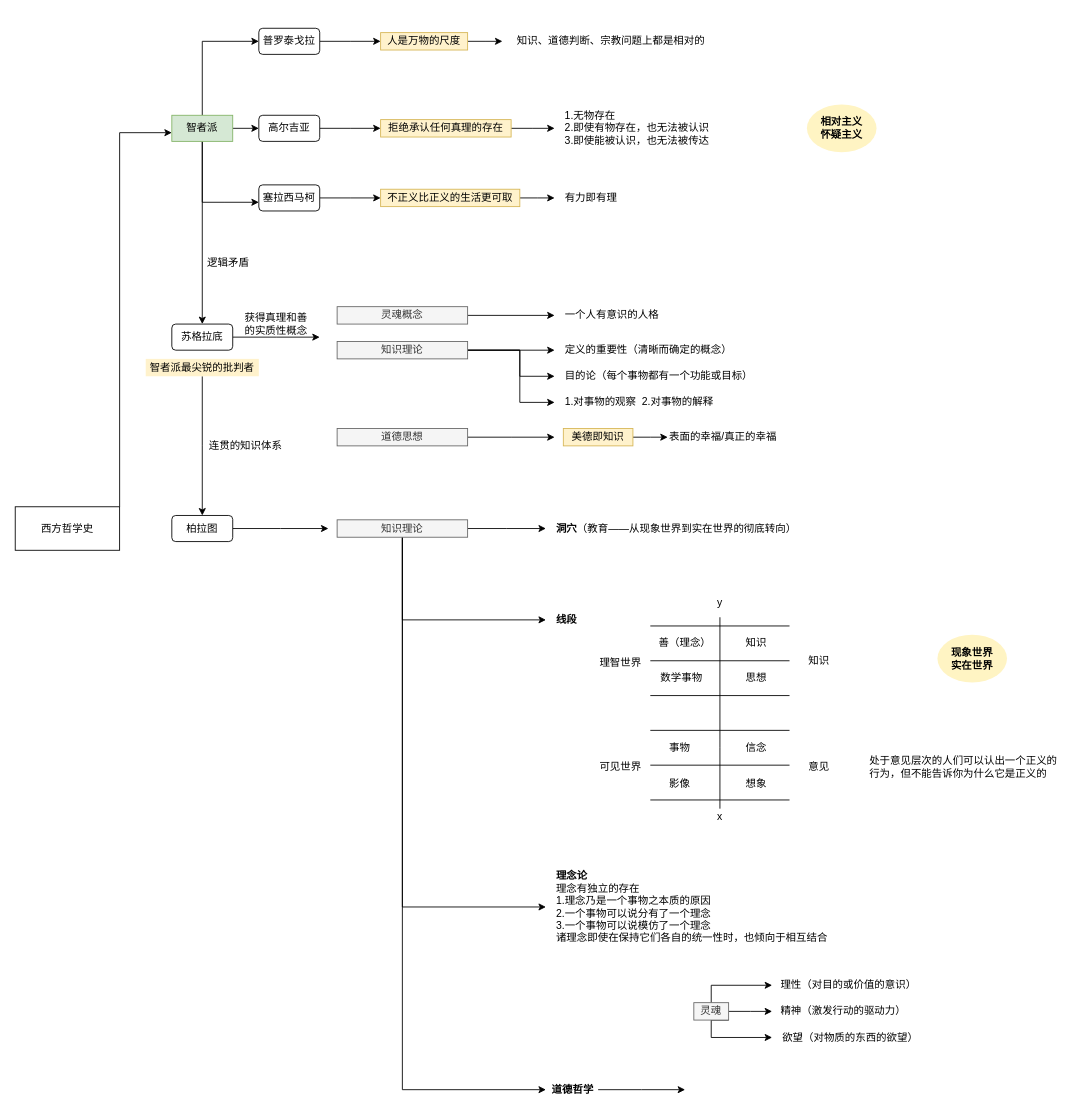
Earlier version of the draw.io diagram 西方哲学史脉络.drawio (Mary1206/-a). Source tidied: cells renumbered, new cells numbered last; positions are measured from the earlier drawing's top-left corner, leaving out a move shared by most shapes. Both pictures are drawn from the tidied source at 87%, with x=0, y=0 at pixel (15, 28).
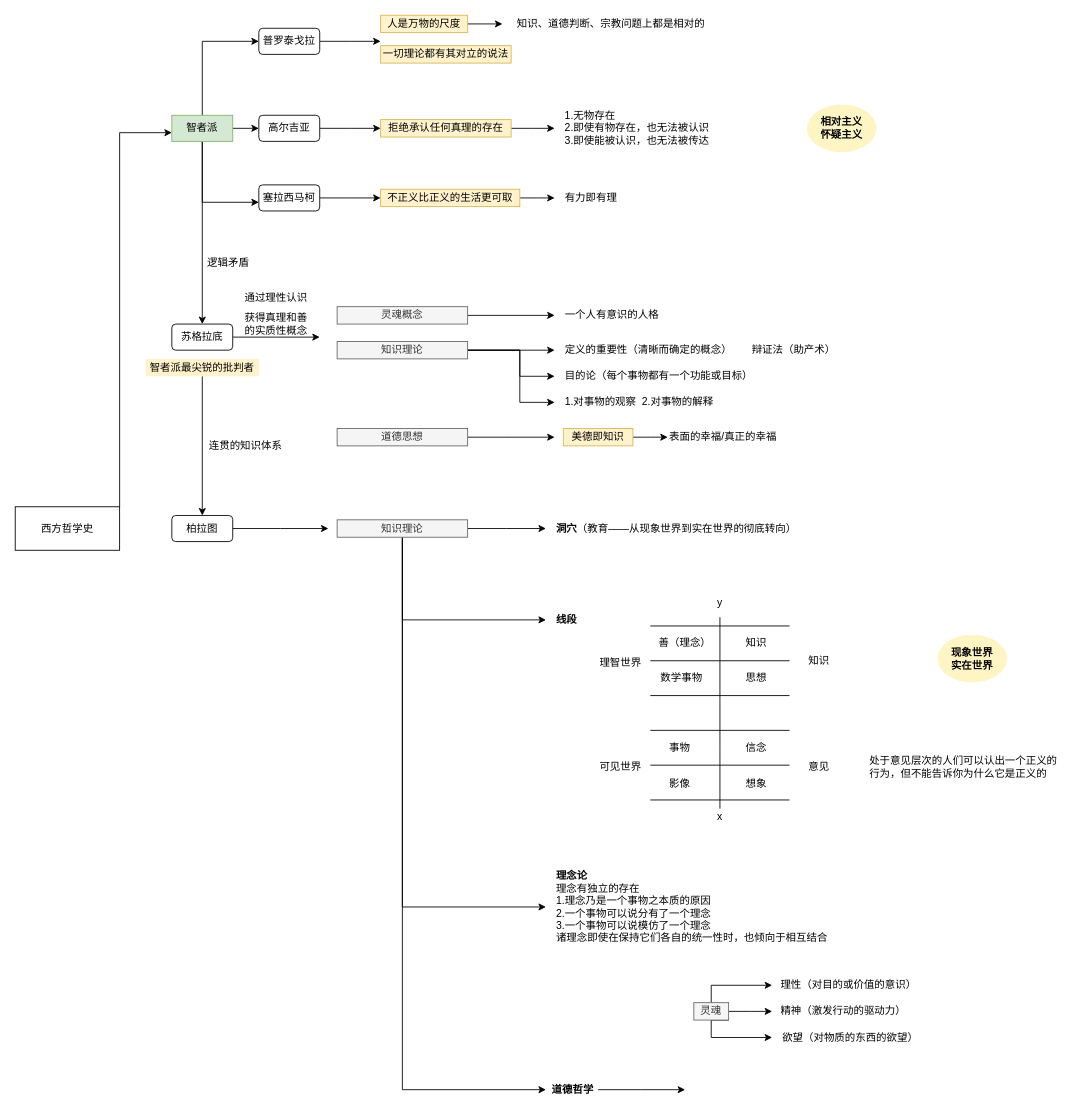
After the change.

Commit message:
西方哲学史脉络.drawio

The edit, as a diff of the source:
```diff
@@
-    <mxCell id="11" style="edgeStyle=orthogonalEdgeStyle;rounded=0;jettySize=auto;html=1;" parent="1" edge="1" source="12">
-      <mxGeometry relative="1" as="geometry">
-        <mxPoint x="560" y="15" as="targetPoint" />
-      </mxGeometry>
-    </mxCell>
+    <mxCell id="89" style="edgeStyle=orthogonalEdgeStyle;rounded=0;jettySize=auto;html=1;entryX=0;entryY=0.5;entryDx=0;entryDy=0;" parent="1" edge="1" source="12" target="13">
+      <mxGeometry relative="1" as="geometry" />
+    </mxCell>
     <mxCell id="12" value="人是万物的尺度" style="text;html=1;align=center;verticalAlign=middle;whiteSpace=wrap;rounded=0;fillColor=#fff2cc;strokeColor=#d6b656;" parent="1" vertex="1">
-      <mxGeometry x="420" y="5" width="100" height="20" as="geometry" />
+      <mxGeometry x="420" y="-15" width="100" height="20" as="geometry" />
     </mxCell>
     <mxCell id="13" value="知识、道德判断、宗教问题上都是相对的" style="text;html=1;strokeColor=none;fillColor=none;align=center;verticalAlign=middle;whiteSpace=wrap;rounded=0;" parent="1" vertex="1">
-      <mxGeometry x="560" y="5" width="250" height="20" as="geometry" />
+      <mxGeometry x="560" y="-15" width="250" height="20" as="geometry" />
     </mxCell>
@@
+    <mxCell id="90" value="一切理论都有其对立的说法" style="text;html=1;align=center;verticalAlign=middle;whiteSpace=wrap;rounded=0;fillColor=#fff2cc;strokeColor=#d6b656;" parent="1" vertex="1">
+      <mxGeometry x="420" y="20" width="150" height="20" as="geometry" />
+    </mxCell>
+    <mxCell id="91" value="通过理性认识" style="text;html=1;strokeColor=none;fillColor=none;align=center;verticalAlign=middle;whiteSpace=wrap;rounded=0;" parent="1" vertex="1">
+      <mxGeometry x="260" y="300" width="80" height="20" as="geometry" />
+    </mxCell>
+    <mxCell id="92" value="辩证法（助产术）" style="text;html=1;strokeColor=none;fillColor=none;align=center;verticalAlign=middle;whiteSpace=wrap;rounded=0;" parent="1" vertex="1">
+      <mxGeometry x="840" y="360" width="110" height="20" as="geometry" />
+    </mxCell>
```
